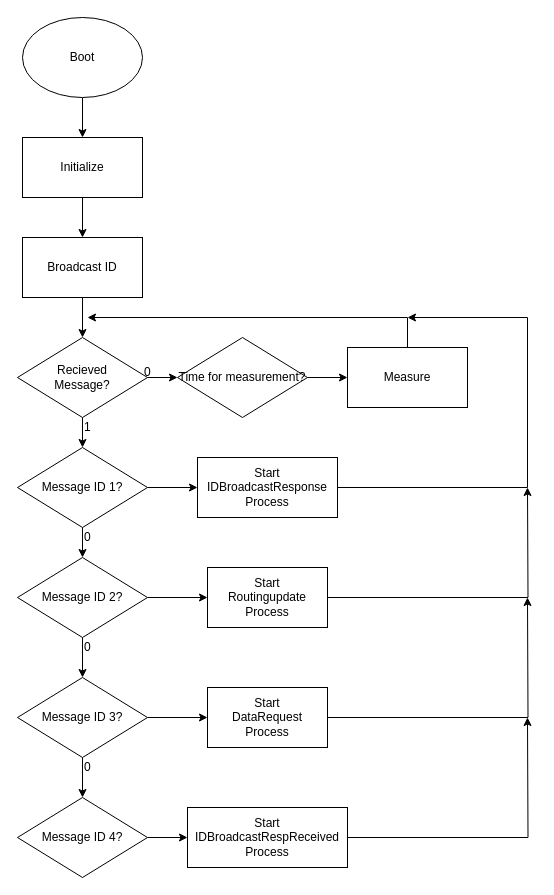
Above: NetwerkFlow/media/Primary Flowchart.drawio in Stephanvanb/SensorNetwerkenDoc (draw.io), before the change. Source tidied: cells renumbered, new cells numbered last; positions are measured from the earlier drawing's top-left corner, leaving out a move shared by most shapes. Both pictures are drawn from the tidied source at 100%, with x=0, y=0 at pixel (17, 17).
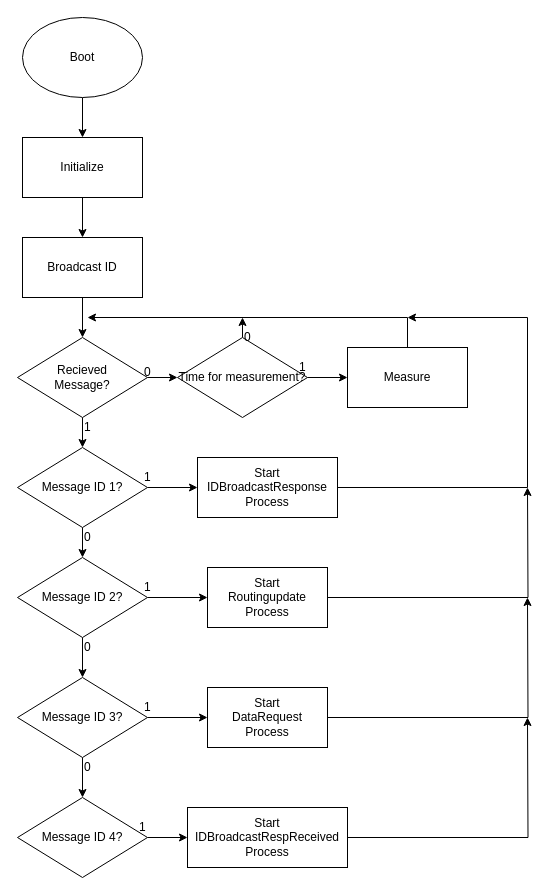
Above is the later version.

Unchanged cells that the change refers to:
```xml
<mxCell id="12" value="&lt;div&gt;Time for measurement?&lt;br&gt;&lt;/div&gt;" style="rhombus;whiteSpace=wrap;html=1;" parent="1" vertex="1">
  <mxGeometry x="160" y="320" width="130" height="80" as="geometry" />
</mxCell>
```

What changed in the source:
```diff
@@
+    <mxCell id="39" style="edgeStyle=orthogonalEdgeStyle;rounded=0;jettySize=auto;html=1;exitX=0.5;exitY=0;exitDx=0;exitDy=0;" parent="1" edge="1" source="12">
+      <mxGeometry relative="1" as="geometry">
+        <mxPoint x="225" y="300" as="targetPoint" />
+      </mxGeometry>
+    </mxCell>
@@
+    <mxCell id="40" value="1" style="text;html=1;align=left;verticalAlign=top;spacingTop=-4;" parent="1" vertex="1">
+      <mxGeometry x="125" y="450" width="20" height="20" as="geometry" />
+    </mxCell>
+    <mxCell id="41" value="1" style="text;html=1;align=left;verticalAlign=top;spacingTop=-4;" parent="1" vertex="1">
+      <mxGeometry x="125" y="560" width="20" height="20" as="geometry" />
+    </mxCell>
+    <mxCell id="42" value="1" style="text;html=1;align=left;verticalAlign=top;spacingTop=-4;" parent="1" vertex="1">
+      <mxGeometry x="125" y="680" width="20" height="20" as="geometry" />
+    </mxCell>
+    <mxCell id="43" value="1" style="text;html=1;align=left;verticalAlign=top;spacingTop=-4;" parent="1" vertex="1">
+      <mxGeometry x="120" y="800" width="20" height="20" as="geometry" />
+    </mxCell>
+    <mxCell id="44" value="1" style="text;html=1;align=left;verticalAlign=top;spacingTop=-4;" parent="1" vertex="1">
+      <mxGeometry x="280" y="340" width="20" height="20" as="geometry" />
+    </mxCell>
+    <mxCell id="45" value="0" style="text;html=1;align=left;verticalAlign=top;spacingTop=-4;" parent="1" vertex="1">
+      <mxGeometry x="225" y="310" width="20" height="20" as="geometry" />
+    </mxCell>
```
